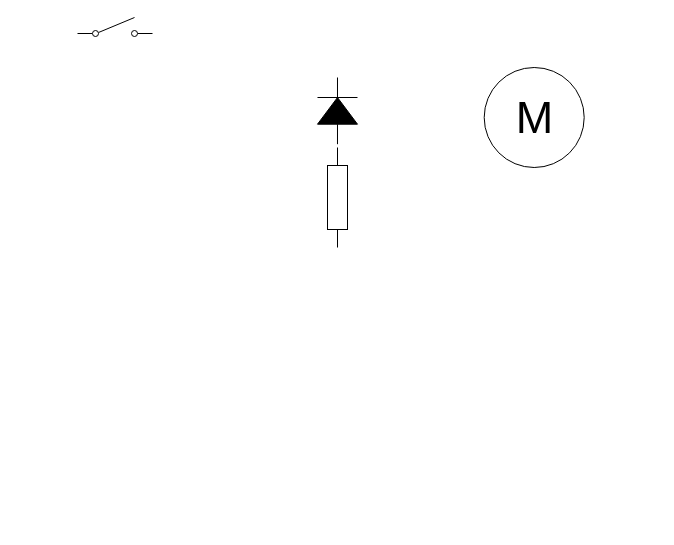
Before: Diode.drawio in AnuragMTP/Figures-thesis, a draw.io diagram. Source tidied: cells renumbered, new cells numbered last; positions are measured from the earlier drawing's top-left corner, leaving out a move shared by most shapes. Both pictures are drawn from the tidied source at 100%, with x=0, y=0 at pixel (77, 17).
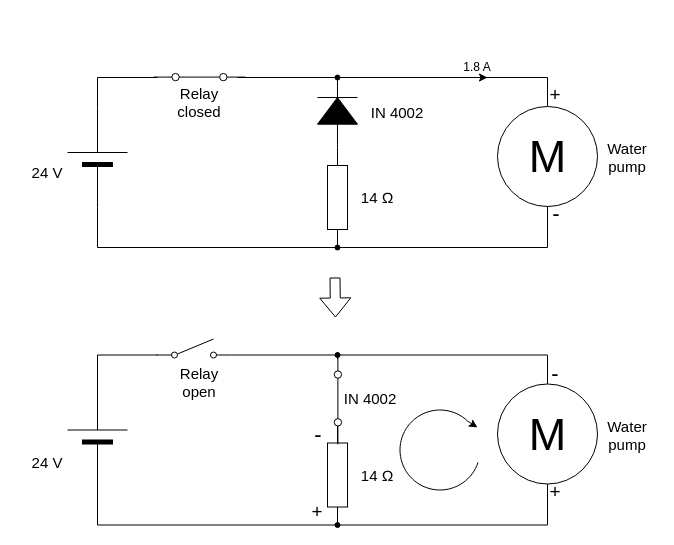
Above is the later version.

The change refers to these unchanged cells:
```xml
<mxCell id="2" style="fillColor=strokeColor;verticalLabelPosition=bottom;shadow=0;dashed=0;align=center;html=1;verticalAlign=top;shape=mxgraph.electrical.diodes.diode;direction=north;" parent="1" vertex="1">
  <mxGeometry x="240" y="60" width="40" height="66.7" as="geometry" />
</mxCell>
<mxCell id="5" style="verticalLabelPosition=bottom;shadow=0;dashed=0;align=center;html=1;verticalAlign=top;shape=mxgraph.electrical.resistors.resistor_1;fontSize=15;direction=south;" parent="1" vertex="1">
  <mxGeometry x="250" y="130" width="20" height="100" as="geometry" />
</mxCell>
```

The edit, as a diff of the source:
```diff
@@
+    <mxCell id="6" style="edgeStyle=none;rounded=0;jettySize=auto;html=1;fontSize=15;endArrow=none;endFill=0;" parent="1" edge="1" source="2" target="5">
+      <mxGeometry relative="1" as="geometry" />
+    </mxCell>
+    <mxCell id="7" style="edgeStyle=elbowEdgeStyle;rounded=0;jettySize=auto;html=1;entryX=0.5;entryY=0;entryDx=0;entryDy=0;entryPerimeter=0;fontSize=15;endArrow=none;endFill=0;" parent="1" edge="1" source="14" target="3">
+      <mxGeometry relative="1" as="geometry">
+        <Array as="points">
+          <mxPoint x="470" y="100" />
+        </Array>
+      </mxGeometry>
+    </mxCell>
@@
     <mxCell id="3" value="M" style="dashed=0;outlineConnect=0;align=center;html=1;shape=mxgraph.pid.engines.electric_motor;fontSize=45;" parent="1" vertex="1">
-      <mxGeometry x="406.7" y="50" width="100" height="100" as="geometry" />
+      <mxGeometry x="420" y="89" width="100" height="100" as="geometry" />
     </mxCell>
-    <mxCell id="4" style="shape=mxgraph.electrical.electro-mechanical.singleSwitch;elSwitchState=off;fontSize=15;" parent="1" vertex="1">
-      <mxGeometry width="75" height="20" as="geometry" />
-    </mxCell>
+    <mxCell id="8" style="edgeStyle=elbowEdgeStyle;rounded=0;orthogonalLoop=1;jettySize=auto;html=1;exitX=1;exitY=0.8;exitDx=0;exitDy=0;fontSize=15;endArrow=none;endFill=0;" parent="1" edge="1">
+      <mxGeometry relative="1" as="geometry">
+        <mxPoint x="160" y="60" as="sourcePoint" />
+        <mxPoint x="260" y="64" as="targetPoint" />
+        <Array as="points">
+          <mxPoint x="260" y="64" />
+        </Array>
+      </mxGeometry>
+    </mxCell>
+    <mxCell id="9" style="edgeStyle=none;rounded=0;jettySize=auto;html=1;exitX=0;exitY=0.5;exitDx=0;exitDy=0;exitPerimeter=0;fontSize=15;endArrow=none;endFill=0;" parent="1" edge="1" source="5">
+      <mxGeometry relative="1" as="geometry">
+        <mxPoint x="260" y="130" as="targetPoint" />
+      </mxGeometry>
+    </mxCell>
+    <mxCell id="10" style="edgeStyle=orthogonalEdgeStyle;rounded=0;jettySize=auto;html=1;exitX=1;exitY=0.5;exitDx=0;exitDy=0;exitPerimeter=0;entryX=0.5;entryY=1;entryDx=0;entryDy=0;entryPerimeter=0;fontSize=15;endArrow=none;endFill=0;" parent="1" edge="1" source="5" target="3">
+      <mxGeometry relative="1" as="geometry">
+        <Array as="points">
+          <mxPoint x="470" y="230" />
+        </Array>
+      </mxGeometry>
+    </mxCell>
@@
+    <mxCell id="11" style="edgeStyle=elbowEdgeStyle;rounded=0;jettySize=auto;html=1;exitX=1;exitY=0.5;exitDx=0;exitDy=0;exitPerimeter=0;entryX=0;entryY=0.8;entryDx=0;entryDy=0;fontSize=15;endArrow=none;endFill=0;" parent="1" edge="1" source="13">
+      <mxGeometry relative="1" as="geometry">
+        <mxPoint x="80" y="60" as="targetPoint" />
+        <Array as="points">
+          <mxPoint x="20" y="70" />
+        </Array>
+      </mxGeometry>
+    </mxCell>
+    <mxCell id="12" style="edgeStyle=elbowEdgeStyle;rounded=0;jettySize=auto;html=1;exitX=0;exitY=0.5;exitDx=0;exitDy=0;exitPerimeter=0;entryX=1;entryY=0.5;entryDx=0;entryDy=0;entryPerimeter=0;fontSize=15;endArrow=none;endFill=0;startArrow=none;" parent="1" edge="1" source="16" target="5">
+      <mxGeometry relative="1" as="geometry" />
+    </mxCell>
+    <mxCell id="13" style="verticalLabelPosition=bottom;shadow=0;dashed=0;align=center;fillColor=strokeColor;html=1;verticalAlign=top;strokeWidth=1;shape=mxgraph.electrical.miscellaneous.monocell_battery;fontSize=15;direction=north;" parent="1" vertex="1">
+      <mxGeometry x="-10" y="90" width="60" height="100" as="geometry" />
+    </mxCell>
+    <mxCell id="14" style="ellipse;whiteSpace=wrap;html=1;fillColor=#000000;fontSize=15;" parent="1" vertex="1">
+      <mxGeometry x="257.5" y="57.5" width="5" height="5" as="geometry" />
+    </mxCell>
+    <mxCell id="15" style="edgeStyle=elbowEdgeStyle;rounded=0;jettySize=auto;html=1;exitX=0;exitY=0.5;exitDx=0;exitDy=0;exitPerimeter=0;entryX=1;entryY=0.5;entryDx=0;entryDy=0;entryPerimeter=0;fontSize=15;endArrow=none;endFill=0;" parent="1" edge="1" source="13" target="16">
+      <mxGeometry relative="1" as="geometry">
+        <Array as="points">
+          <mxPoint x="20" y="210" />
+        </Array>
+      </mxGeometry>
+    </mxCell>
+    <mxCell id="16" style="ellipse;whiteSpace=wrap;html=1;fillColor=#000000;fontSize=15;" parent="1" vertex="1">
+      <mxGeometry x="257.5" y="227.5" width="5" height="5" as="geometry" />
+    </mxCell>
+    <mxCell id="17" value="14&amp;nbsp;&lt;span style=&quot;font-family: sans-serif; text-align: start; background-color: rgb(255, 255, 255);&quot;&gt;&lt;font style=&quot;font-size: 15px;&quot;&gt;Ω &lt;/font&gt;&lt;/span&gt;" style="text;html=1;strokeColor=none;fillColor=none;align=center;verticalAlign=middle;whiteSpace=wrap;rounded=0;fontSize=15;" parent="1" vertex="1">
+      <mxGeometry x="270" y="165" width="60" height="30" as="geometry" />
+    </mxCell>
+    <mxCell id="18" value="24 V" style="text;html=1;strokeColor=none;fillColor=none;align=center;verticalAlign=middle;whiteSpace=wrap;rounded=0;fontSize=15;" parent="1" vertex="1">
+      <mxGeometry x="-60" y="140" width="60" height="30" as="geometry" />
+    </mxCell>
+    <mxCell id="19" style="shape=mxgraph.electrical.electro-mechanical.singleSwitch;elSwitchState=on;fontSize=15;fontColor=#000000;" parent="1" vertex="1">
+      <mxGeometry x="76" y="40" width="91.9" height="24.5" as="geometry" />
+    </mxCell>
+    <mxCell id="20" value="IN 4002" style="text;html=1;strokeColor=none;fillColor=none;align=center;verticalAlign=middle;whiteSpace=wrap;rounded=0;fontSize=15;" parent="1" vertex="1">
+      <mxGeometry x="290" y="80" width="60" height="30" as="geometry" />
+    </mxCell>
+    <mxCell id="21" value="Water pump" style="text;html=1;strokeColor=none;fillColor=none;align=center;verticalAlign=middle;whiteSpace=wrap;rounded=0;fontSize=15;" parent="1" vertex="1">
+      <mxGeometry x="520" y="125" width="60" height="30" as="geometry" />
+    </mxCell>
+    <mxCell id="22" value="&lt;font style=&quot;font-size: 19px;&quot;&gt;+&lt;/font&gt;" style="text;html=1;strokeColor=none;fillColor=none;align=center;verticalAlign=middle;whiteSpace=wrap;rounded=0;fontSize=15;" parent="1" vertex="1">
+      <mxGeometry x="448" y="63" width="60" height="30" as="geometry" />
+    </mxCell>
+    <mxCell id="23" value="&lt;font style=&quot;font-size: 22px;&quot;&gt;-&lt;/font&gt;" style="text;html=1;strokeColor=none;fillColor=none;align=center;verticalAlign=middle;whiteSpace=wrap;rounded=0;fontSize=15;" parent="1" vertex="1">
+      <mxGeometry x="449" y="182" width="60" height="30" as="geometry" />
+    </mxCell>
+    <mxCell id="24" style="endArrow=classic;html=1;rounded=0;fontSize=22;fontColor=#000000;" parent="1" edge="1">
+      <mxGeometry relative="1" as="geometry">
+        <mxPoint x="360" y="60" as="sourcePoint" />
+        <mxPoint x="410" y="60" as="targetPoint" />
+      </mxGeometry>
+    </mxCell>
+    <mxCell id="25" value="&lt;font style=&quot;font-size: 12px;&quot;&gt;1.8 A&lt;/font&gt;" style="text;html=1;strokeColor=none;fillColor=none;align=center;verticalAlign=middle;whiteSpace=wrap;rounded=0;fontSize=15;" parent="1" vertex="1">
+      <mxGeometry x="370" y="32.5" width="60" height="30" as="geometry" />
+    </mxCell>
+    <mxCell id="26" style="shape=flexArrow;endArrow=classic;html=1;rounded=0;fontSize=12;fontColor=#000000;" parent="1" edge="1">
+      <mxGeometry relative="1" as="geometry">
+        <mxPoint x="257.5" y="260" as="sourcePoint" />
+        <mxPoint x="258" y="300" as="targetPoint" />
+      </mxGeometry>
+    </mxCell>
+    <mxCell id="27" style="edgeStyle=none;rounded=0;jettySize=auto;html=1;fontSize=15;endArrow=none;endFill=0;" parent="1" edge="1" target="33">
+      <mxGeometry relative="1" as="geometry">
+        <mxPoint x="260" y="404.2" as="sourcePoint" />
+      </mxGeometry>
+    </mxCell>
+    <mxCell id="28" style="edgeStyle=elbowEdgeStyle;rounded=0;jettySize=auto;html=1;entryX=0.5;entryY=0;entryDx=0;entryDy=0;entryPerimeter=0;fontSize=15;endArrow=none;endFill=0;" parent="1" edge="1" source="37" target="29">
+      <mxGeometry relative="1" as="geometry">
+        <Array as="points">
+          <mxPoint x="470" y="377.5" />
+        </Array>
+      </mxGeometry>
+    </mxCell>
+    <mxCell id="29" value="M" style="dashed=0;outlineConnect=0;align=center;html=1;shape=mxgraph.pid.engines.electric_motor;fontSize=45;" parent="1" vertex="1">
+      <mxGeometry x="420" y="366.5" width="100" height="100" as="geometry" />
+    </mxCell>
+    <mxCell id="30" style="edgeStyle=elbowEdgeStyle;rounded=0;jettySize=auto;html=1;exitX=1;exitY=0.8;exitDx=0;exitDy=0;fontSize=15;endArrow=none;endFill=0;" parent="1" edge="1" source="46">
+      <mxGeometry relative="1" as="geometry">
+        <mxPoint x="260" y="341.5" as="targetPoint" />
+        <Array as="points">
+          <mxPoint x="260" y="341.5" />
+        </Array>
+      </mxGeometry>
+    </mxCell>
+    <mxCell id="31" style="edgeStyle=none;rounded=0;jettySize=auto;html=1;exitX=0;exitY=0.5;exitDx=0;exitDy=0;exitPerimeter=0;fontSize=15;endArrow=none;endFill=0;" parent="1" edge="1" source="33">
+      <mxGeometry relative="1" as="geometry">
+        <mxPoint x="260" y="407.5" as="targetPoint" />
+      </mxGeometry>
+    </mxCell>
+    <mxCell id="32" style="edgeStyle=orthogonalEdgeStyle;rounded=0;jettySize=auto;html=1;exitX=1;exitY=0.5;exitDx=0;exitDy=0;exitPerimeter=0;entryX=0.5;entryY=1;entryDx=0;entryDy=0;entryPerimeter=0;fontSize=15;endArrow=none;endFill=0;" parent="1" edge="1" source="33" target="29">
+      <mxGeometry relative="1" as="geometry">
+        <Array as="points">
+          <mxPoint x="470" y="507.5" />
+        </Array>
+      </mxGeometry>
+    </mxCell>
+    <mxCell id="33" style="verticalLabelPosition=bottom;shadow=0;dashed=0;align=center;html=1;verticalAlign=top;shape=mxgraph.electrical.resistors.resistor_1;fontSize=15;direction=south;" parent="1" vertex="1">
+      <mxGeometry x="250" y="407.5" width="20" height="100" as="geometry" />
+    </mxCell>
+    <mxCell id="34" style="edgeStyle=elbowEdgeStyle;rounded=0;jettySize=auto;html=1;exitX=1;exitY=0.5;exitDx=0;exitDy=0;exitPerimeter=0;entryX=0;entryY=0.8;entryDx=0;entryDy=0;fontSize=15;endArrow=none;endFill=0;" parent="1" edge="1" source="36">
+      <mxGeometry relative="1" as="geometry">
+        <mxPoint x="80" y="337.5" as="targetPoint" />
+        <Array as="points">
+          <mxPoint x="20" y="347.5" />
+        </Array>
+      </mxGeometry>
+    </mxCell>
+    <mxCell id="35" style="edgeStyle=elbowEdgeStyle;rounded=0;jettySize=auto;html=1;exitX=0;exitY=0.5;exitDx=0;exitDy=0;exitPerimeter=0;entryX=1;entryY=0.5;entryDx=0;entryDy=0;entryPerimeter=0;fontSize=15;endArrow=none;endFill=0;startArrow=none;" parent="1" edge="1" source="39" target="33">
+      <mxGeometry relative="1" as="geometry" />
+    </mxCell>
+    <mxCell id="36" style="verticalLabelPosition=bottom;shadow=0;dashed=0;align=center;fillColor=strokeColor;html=1;verticalAlign=top;strokeWidth=1;shape=mxgraph.electrical.miscellaneous.monocell_battery;fontSize=15;direction=north;" parent="1" vertex="1">
+      <mxGeometry x="-10" y="367.5" width="60" height="100" as="geometry" />
+    </mxCell>
+    <mxCell id="37" style="ellipse;whiteSpace=wrap;html=1;fillColor=#000000;fontSize=15;" parent="1" vertex="1">
+      <mxGeometry x="257.5" y="335" width="5" height="5" as="geometry" />
+    </mxCell>
+    <mxCell id="38" style="edgeStyle=elbowEdgeStyle;rounded=0;jettySize=auto;html=1;exitX=0;exitY=0.5;exitDx=0;exitDy=0;exitPerimeter=0;entryX=1;entryY=0.5;entryDx=0;entryDy=0;entryPerimeter=0;fontSize=15;endArrow=none;endFill=0;" parent="1" edge="1" source="36" target="39">
+      <mxGeometry relative="1" as="geometry">
+        <Array as="points">
+          <mxPoint x="20" y="487.5" />
+        </Array>
+      </mxGeometry>
+    </mxCell>
+    <mxCell id="39" style="ellipse;whiteSpace=wrap;html=1;fillColor=#000000;fontSize=15;" parent="1" vertex="1">
+      <mxGeometry x="257.5" y="505" width="5" height="5" as="geometry" />
+    </mxCell>
+    <mxCell id="40" value="14&amp;nbsp;&lt;span style=&quot;font-family: sans-serif; text-align: start; background-color: rgb(255, 255, 255);&quot;&gt;&lt;font style=&quot;font-size: 15px;&quot;&gt;Ω &lt;/font&gt;&lt;/span&gt;" style="text;html=1;strokeColor=none;fillColor=none;align=center;verticalAlign=middle;whiteSpace=wrap;rounded=0;fontSize=15;" parent="1" vertex="1">
+      <mxGeometry x="270" y="442.5" width="60" height="30" as="geometry" />
+    </mxCell>
+    <mxCell id="41" value="IN 4002" style="text;html=1;strokeColor=none;fillColor=none;align=center;verticalAlign=middle;whiteSpace=wrap;rounded=0;fontSize=15;" parent="1" vertex="1">
+      <mxGeometry x="262.5" y="365.9" width="60" height="30" as="geometry" />
+    </mxCell>
+    <mxCell id="42" value="Water pump" style="text;html=1;strokeColor=none;fillColor=none;align=center;verticalAlign=middle;whiteSpace=wrap;rounded=0;fontSize=15;" parent="1" vertex="1">
+      <mxGeometry x="520" y="402.5" width="60" height="30" as="geometry" />
+    </mxCell>
+    <mxCell id="43" value="&lt;font style=&quot;font-size: 19px;&quot;&gt;+&lt;/font&gt;" style="text;html=1;strokeColor=none;fillColor=none;align=center;verticalAlign=middle;whiteSpace=wrap;rounded=0;fontSize=15;" parent="1" vertex="1">
+      <mxGeometry x="448" y="459.5" width="60" height="30" as="geometry" />
+    </mxCell>
+    <mxCell id="44" value="&lt;font style=&quot;font-size: 22px;&quot;&gt;-&lt;/font&gt;" style="text;html=1;strokeColor=none;fillColor=none;align=center;verticalAlign=middle;whiteSpace=wrap;rounded=0;fontSize=15;" parent="1" vertex="1">
+      <mxGeometry x="448" y="341.5" width="60" height="30" as="geometry" />
+    </mxCell>
+    <mxCell id="45" value="24 V" style="text;html=1;strokeColor=none;fillColor=none;align=center;verticalAlign=middle;whiteSpace=wrap;rounded=0;fontSize=15;" parent="1" vertex="1">
+      <mxGeometry x="-60" y="429.5" width="60" height="30" as="geometry" />
+    </mxCell>
+    <mxCell id="46" style="shape=mxgraph.electrical.electro-mechanical.singleSwitch;elSwitchState=off;fontSize=12;fontColor=#000000;" parent="1" vertex="1">
+      <mxGeometry x="79" y="321.5" width="75" height="20" as="geometry" />
+    </mxCell>
+    <mxCell id="47" style="shape=mxgraph.electrical.electro-mechanical.singleSwitch;elSwitchState=on;fontSize=15;fontColor=#000000;direction=south;" parent="1" vertex="1">
+      <mxGeometry x="255.5" y="335" width="24.5" height="91.9" as="geometry" />
+    </mxCell>
+    <mxCell id="48" value="&lt;font style=&quot;font-size: 19px;&quot;&gt;+&lt;/font&gt;" style="text;html=1;strokeColor=none;fillColor=none;align=center;verticalAlign=middle;whiteSpace=wrap;rounded=0;fontSize=15;" parent="1" vertex="1">
+      <mxGeometry x="210" y="480" width="60" height="30" as="geometry" />
+    </mxCell>
+    <mxCell id="49" value="&lt;font style=&quot;font-size: 22px;&quot;&gt;-&lt;/font&gt;" style="text;html=1;strokeColor=none;fillColor=none;align=center;verticalAlign=middle;whiteSpace=wrap;rounded=0;fontSize=15;" parent="1" vertex="1">
+      <mxGeometry x="210.5" y="402.5" width="60" height="30" as="geometry" />
+    </mxCell>
+    <mxCell id="50" style="verticalLabelPosition=bottom;verticalAlign=top;html=1;shape=mxgraph.basic.arc;startAngle=0.3;endAngle=0.12220809442984952;fontSize=12;fontColor=#000000;" parent="1" vertex="1">
+      <mxGeometry x="322.5" y="392.5" width="80" height="80" as="geometry" />
+    </mxCell>
+    <mxCell id="51" style="endArrow=classic;html=1;rounded=0;fontSize=22;fontColor=#000000;exitX=0.847;exitY=0.14;exitDx=0;exitDy=0;exitPerimeter=0;" parent="1" edge="1" source="50">
+      <mxGeometry relative="1" as="geometry">
+        <mxPoint x="400" y="410" as="targetPoint" />
+        <Array as="points">
+          <mxPoint x="400" y="410" />
+        </Array>
+      </mxGeometry>
+    </mxCell>
+    <mxCell id="52" value="Relay closed" style="text;html=1;strokeColor=none;fillColor=none;align=center;verticalAlign=middle;whiteSpace=wrap;rounded=0;fontSize=15;" parent="1" vertex="1">
+      <mxGeometry x="91.9" y="70" width="60" height="30" as="geometry" />
+    </mxCell>
+    <mxCell id="53" value="Relay&lt;br&gt;open" style="text;html=1;strokeColor=none;fillColor=none;align=center;verticalAlign=middle;whiteSpace=wrap;rounded=0;fontSize=15;" parent="1" vertex="1">
+      <mxGeometry x="91.9" y="350" width="60" height="30" as="geometry" />
+    </mxCell>
```
